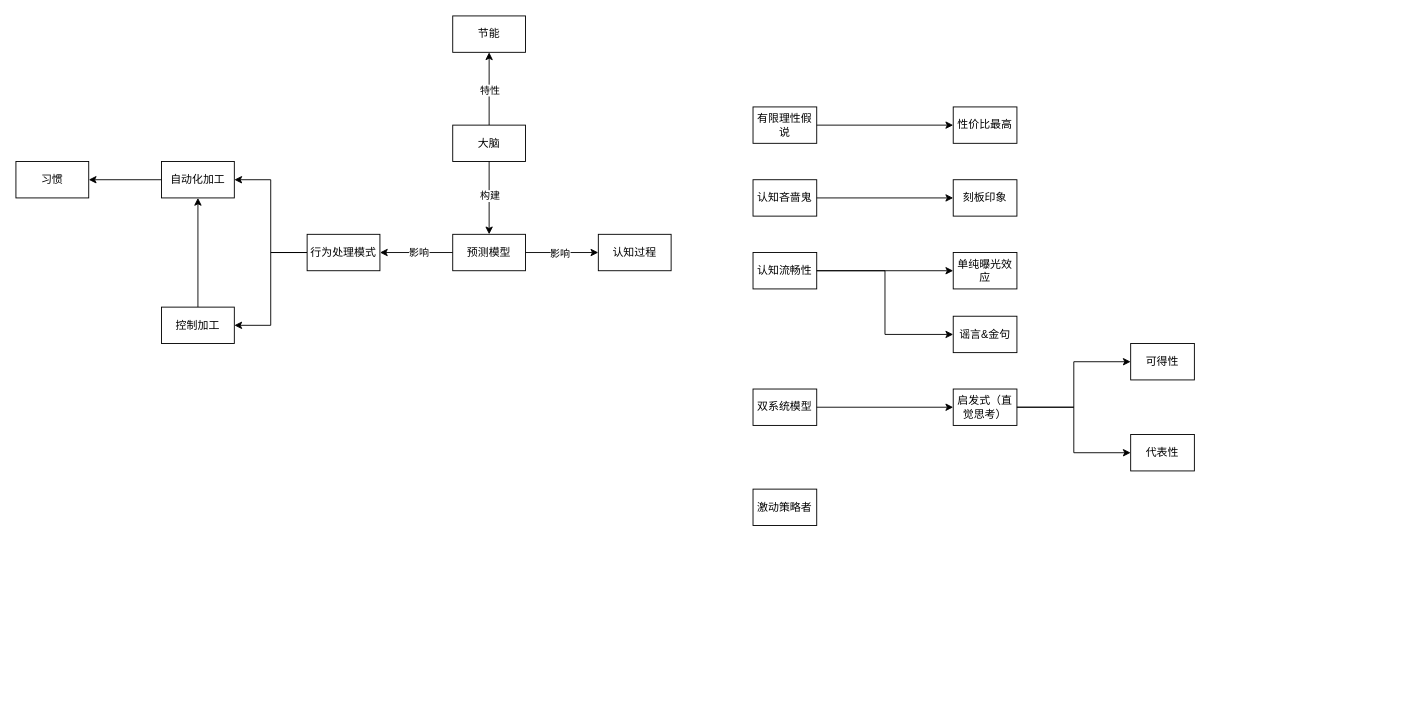
Above: 大脑原理-节能.drawio in youyusan/open_mind (draw.io), before the change. Source tidied: cells renumbered, new cells numbered last; positions are measured from the earlier drawing's top-left corner, leaving out a move shared by most shapes. Both pictures are drawn from the tidied source at 91%, with x=0, y=0 at pixel (15, 15).
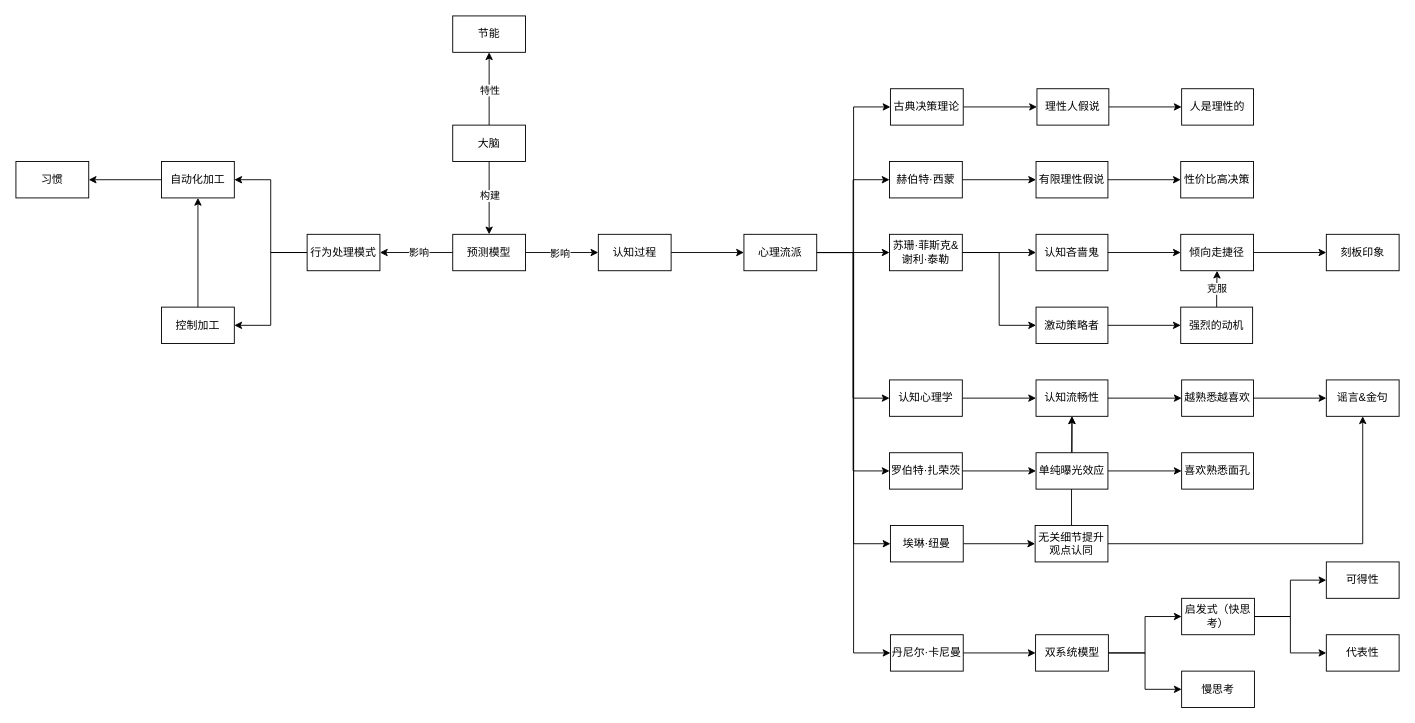
The same page after the edit.

Commit message:
更新大脑原理-节能.drawio

The change refers to these unchanged cells:
```xml
<mxCell id="21" value="认知过程" style="rounded=0;whiteSpace=wrap;html=1;" parent="1" vertex="1">
  <mxGeometry x="640" y="240" width="80" height="40" as="geometry" />
</mxCell>
```

The edit, as a diff of the source:
```diff
@@
+    <mxCell id="43" style="edgeStyle=orthogonalEdgeStyle;rounded=0;jettySize=auto;html=1;" parent="1" edge="1" source="80" target="30">
+      <mxGeometry relative="1" as="geometry" />
+    </mxCell>
@@
+    <mxCell id="44" style="edgeStyle=orthogonalEdgeStyle;rounded=0;jettySize=auto;html=1;" parent="1" edge="1" source="21" target="58">
+      <mxGeometry relative="1" as="geometry" />
+    </mxCell>
@@
     <mxCell id="24" value="有限理性假说" style="rounded=0;whiteSpace=wrap;html=1;" parent="1" vertex="1">
-      <mxGeometry x="810" y="100" width="70" height="40" as="geometry" />
+      <mxGeometry x="1121" y="160" width="79" height="40" as="geometry" />
     </mxCell>
     <mxCell id="25" value="认知吝啬鬼" style="rounded=0;whiteSpace=wrap;html=1;" parent="1" vertex="1">
-      <mxGeometry x="810" y="180" width="70" height="40" as="geometry" />
+      <mxGeometry x="1121" y="240" width="79" height="40" as="geometry" />
     </mxCell>
-    <mxCell id="26" value="性价比最高" style="rounded=0;whiteSpace=wrap;html=1;" parent="1" vertex="1">
-      <mxGeometry x="1030" y="100" width="70" height="40" as="geometry" />
+    <mxCell id="26" value="性价比高决策" style="rounded=0;whiteSpace=wrap;html=1;" parent="1" vertex="1">
+      <mxGeometry x="1280" y="160" width="80" height="40" as="geometry" />
     </mxCell>
@@
+    <mxCell id="45" style="edgeStyle=orthogonalEdgeStyle;rounded=0;jettySize=auto;html=1;" parent="1" edge="1" source="28" target="69">
+      <mxGeometry relative="1" as="geometry" />
+    </mxCell>
-    <mxCell id="28" value="刻板印象" style="rounded=0;whiteSpace=wrap;html=1;" parent="1" vertex="1">
-      <mxGeometry x="1030" y="180" width="70" height="40" as="geometry" />
+    <mxCell id="28" value="倾向走捷径" style="rounded=0;whiteSpace=wrap;html=1;" parent="1" vertex="1">
+      <mxGeometry x="1280" y="240" width="80" height="40" as="geometry" />
     </mxCell>
@@
+    <mxCell id="46" style="edgeStyle=orthogonalEdgeStyle;rounded=0;jettySize=auto;html=1;" parent="1" edge="1" source="30" target="73">
+      <mxGeometry relative="1" as="geometry" />
+    </mxCell>
     <mxCell id="30" value="认知流畅性" style="rounded=0;whiteSpace=wrap;html=1;" parent="1" vertex="1">
-      <mxGeometry x="810" y="260" width="70" height="40" as="geometry" />
+      <mxGeometry x="1121" y="400" width="79" height="40" as="geometry" />
     </mxCell>
+    <mxCell id="47" style="edgeStyle=orthogonalEdgeStyle;rounded=0;jettySize=auto;html=1;" parent="1" edge="1" source="31" target="30">
+      <mxGeometry relative="1" as="geometry" />
+    </mxCell>
+    <mxCell id="48" style="edgeStyle=orthogonalEdgeStyle;rounded=0;jettySize=auto;html=1;" parent="1" edge="1" source="31" target="76">
+      <mxGeometry relative="1" as="geometry" />
+    </mxCell>
     <mxCell id="31" value="单纯曝光效应" style="rounded=0;whiteSpace=wrap;html=1;" parent="1" vertex="1">
-      <mxGeometry x="1030" y="260" width="70" height="40" as="geometry" />
+      <mxGeometry x="1121" y="480" width="79" height="40" as="geometry" />
     </mxCell>
-    <mxCell id="32" style="edgeStyle=orthogonalEdgeStyle;rounded=0;jettySize=auto;html=1;" parent="1" edge="1" source="30" target="31">
-      <mxGeometry relative="1" as="geometry" />
-    </mxCell>
     <mxCell id="33" value="谣言&amp;amp;金句" style="rounded=0;whiteSpace=wrap;html=1;" parent="1" vertex="1">
-      <mxGeometry x="1030" y="330" width="70" height="40" as="geometry" />
+      <mxGeometry x="1440" y="400" width="80" height="40" as="geometry" />
     </mxCell>
-    <mxCell id="34" style="edgeStyle=orthogonalEdgeStyle;rounded=0;jettySize=auto;html=1;entryX=0;entryY=0.5;entryDx=0;entryDy=0;" parent="1" edge="1" source="30" target="33">
-      <mxGeometry relative="1" as="geometry" />
-    </mxCell>
+    <mxCell id="49" style="edgeStyle=orthogonalEdgeStyle;rounded=0;jettySize=auto;html=1;entryX=0;entryY=0.5;entryDx=0;entryDy=0;" parent="1" edge="1" source="35" target="83">
+      <mxGeometry relative="1" as="geometry" />
+    </mxCell>
     <mxCell id="35" value="双系统模型" style="rounded=0;whiteSpace=wrap;html=1;" parent="1" vertex="1">
-      <mxGeometry x="810" y="410" width="70" height="40" as="geometry" />
+      <mxGeometry x="1120.5" y="680" width="80" height="40" as="geometry" />
     </mxCell>
-    <mxCell id="36" value="启发式（直觉思考）" style="rounded=0;whiteSpace=wrap;html=1;" parent="1" vertex="1">
-      <mxGeometry x="1030" y="410" width="70" height="40" as="geometry" />
+    <mxCell id="36" value="启发式（快思考）" style="rounded=0;whiteSpace=wrap;html=1;" parent="1" vertex="1">
+      <mxGeometry x="1281" y="640" width="80" height="40" as="geometry" />
     </mxCell>
@@
     <mxCell id="38" value="可得性" style="rounded=0;whiteSpace=wrap;html=1;" parent="1" vertex="1">
-      <mxGeometry x="1225" y="360" width="70" height="40" as="geometry" />
+      <mxGeometry x="1440" y="600" width="80" height="40" as="geometry" />
     </mxCell>
@@
     <mxCell id="40" value="代表性" style="rounded=0;whiteSpace=wrap;html=1;" parent="1" vertex="1">
-      <mxGeometry x="1225" y="460" width="70" height="40" as="geometry" />
+      <mxGeometry x="1440" y="680" width="80" height="40" as="geometry" />
     </mxCell>
@@
+    <mxCell id="50" style="edgeStyle=orthogonalEdgeStyle;rounded=0;jettySize=auto;html=1;" parent="1" edge="1" source="42" target="85">
+      <mxGeometry relative="1" as="geometry" />
+    </mxCell>
     <mxCell id="42" value="激动策略者" style="rounded=0;whiteSpace=wrap;html=1;" parent="1" vertex="1">
-      <mxGeometry x="810" y="520" width="70" height="40" as="geometry" />
+      <mxGeometry x="1121" y="320" width="79" height="40" as="geometry" />
     </mxCell>
+    <mxCell id="51" style="edgeStyle=orthogonalEdgeStyle;rounded=0;jettySize=auto;html=1;entryX=0;entryY=0.5;entryDx=0;entryDy=0;" parent="1" edge="1" source="58" target="62">
+      <mxGeometry relative="1" as="geometry" />
+    </mxCell>
+    <mxCell id="52" style="edgeStyle=orthogonalEdgeStyle;rounded=0;jettySize=auto;html=1;entryX=0;entryY=0.5;entryDx=0;entryDy=0;" parent="1" edge="1" source="58" target="64">
+      <mxGeometry relative="1" as="geometry" />
+    </mxCell>
+    <mxCell id="53" style="edgeStyle=orthogonalEdgeStyle;rounded=0;jettySize=auto;html=1;entryX=0;entryY=0.5;entryDx=0;entryDy=0;" parent="1" edge="1" source="58" target="68">
+      <mxGeometry relative="1" as="geometry" />
+    </mxCell>
+    <mxCell id="54" style="edgeStyle=orthogonalEdgeStyle;rounded=0;jettySize=auto;html=1;entryX=0;entryY=0.5;entryDx=0;entryDy=0;" parent="1" edge="1" source="58" target="71">
+      <mxGeometry relative="1" as="geometry" />
+    </mxCell>
+    <mxCell id="55" style="edgeStyle=orthogonalEdgeStyle;rounded=0;jettySize=auto;html=1;entryX=0;entryY=0.5;entryDx=0;entryDy=0;" parent="1" edge="1" source="58" target="75">
+      <mxGeometry relative="1" as="geometry" />
+    </mxCell>
+    <mxCell id="56" style="edgeStyle=orthogonalEdgeStyle;rounded=0;jettySize=auto;html=1;entryX=0;entryY=0.5;entryDx=0;entryDy=0;" parent="1" edge="1" source="58" target="78">
+      <mxGeometry relative="1" as="geometry" />
+    </mxCell>
+    <mxCell id="57" style="edgeStyle=orthogonalEdgeStyle;rounded=0;jettySize=auto;html=1;entryX=0;entryY=0.5;entryDx=0;entryDy=0;" parent="1" edge="1" source="58" target="82">
+      <mxGeometry relative="1" as="geometry" />
+    </mxCell>
+    <mxCell id="58" value="心理流派" style="rounded=0;whiteSpace=wrap;html=1;" parent="1" vertex="1">
+      <mxGeometry x="800" y="240" width="80" height="40" as="geometry" />
+    </mxCell>
+    <mxCell id="59" style="edgeStyle=orthogonalEdgeStyle;rounded=0;jettySize=auto;html=1;" parent="1" edge="1" source="60" target="65">
+      <mxGeometry relative="1" as="geometry" />
+    </mxCell>
+    <mxCell id="60" value="理性人假说" style="rounded=0;whiteSpace=wrap;html=1;" parent="1" vertex="1">
+      <mxGeometry x="1122" y="80" width="79" height="40" as="geometry" />
+    </mxCell>
+    <mxCell id="61" style="edgeStyle=orthogonalEdgeStyle;rounded=0;jettySize=auto;html=1;" parent="1" edge="1" source="62" target="60">
+      <mxGeometry relative="1" as="geometry" />
+    </mxCell>
+    <mxCell id="62" value="古典决策理论" style="rounded=0;whiteSpace=wrap;html=1;" parent="1" vertex="1">
+      <mxGeometry x="961" y="80" width="80" height="40" as="geometry" />
+    </mxCell>
+    <mxCell id="63" style="edgeStyle=orthogonalEdgeStyle;rounded=0;jettySize=auto;html=1;" parent="1" edge="1" source="64" target="24">
+      <mxGeometry relative="1" as="geometry" />
+    </mxCell>
+    <mxCell id="64" value="赫伯特·西蒙" style="rounded=0;whiteSpace=wrap;html=1;" parent="1" vertex="1">
+      <mxGeometry x="960" y="160" width="80" height="40" as="geometry" />
+    </mxCell>
+    <mxCell id="65" value="人是理性的" style="rounded=0;whiteSpace=wrap;html=1;" parent="1" vertex="1">
+      <mxGeometry x="1281" y="80" width="79" height="40" as="geometry" />
+    </mxCell>
+    <mxCell id="66" style="edgeStyle=orthogonalEdgeStyle;rounded=0;jettySize=auto;html=1;" parent="1" edge="1" source="68" target="25">
+      <mxGeometry relative="1" as="geometry" />
+    </mxCell>
+    <mxCell id="67" style="edgeStyle=orthogonalEdgeStyle;rounded=0;jettySize=auto;html=1;entryX=0;entryY=0.5;entryDx=0;entryDy=0;" parent="1" edge="1" source="68" target="42">
+      <mxGeometry relative="1" as="geometry" />
+    </mxCell>
+    <mxCell id="68" value="苏珊·菲斯克&amp;amp;谢利·泰勒" style="rounded=0;whiteSpace=wrap;html=1;" parent="1" vertex="1">
+      <mxGeometry x="960" y="240" width="80" height="40" as="geometry" />
+    </mxCell>
+    <mxCell id="69" value="刻板印象" style="rounded=0;whiteSpace=wrap;html=1;" parent="1" vertex="1">
+      <mxGeometry x="1440" y="240" width="80" height="40" as="geometry" />
+    </mxCell>
+    <mxCell id="70" style="edgeStyle=orthogonalEdgeStyle;rounded=0;jettySize=auto;html=1;" parent="1" edge="1" source="71" target="30">
+      <mxGeometry relative="1" as="geometry" />
+    </mxCell>
+    <mxCell id="71" value="认知心理学" style="rounded=0;whiteSpace=wrap;html=1;" parent="1" vertex="1">
+      <mxGeometry x="960" y="400" width="80" height="40" as="geometry" />
+    </mxCell>
+    <mxCell id="72" style="edgeStyle=orthogonalEdgeStyle;rounded=0;jettySize=auto;html=1;" parent="1" edge="1" source="73" target="33">
+      <mxGeometry relative="1" as="geometry" />
+    </mxCell>
+    <mxCell id="73" value="越熟悉越喜欢" style="rounded=0;whiteSpace=wrap;html=1;" parent="1" vertex="1">
+      <mxGeometry x="1281" y="400" width="79" height="40" as="geometry" />
+    </mxCell>
+    <mxCell id="74" style="edgeStyle=orthogonalEdgeStyle;rounded=0;jettySize=auto;html=1;" parent="1" edge="1" source="75" target="31">
+      <mxGeometry relative="1" as="geometry" />
+    </mxCell>
+    <mxCell id="75" value="罗伯特·扎荣茨" style="rounded=0;whiteSpace=wrap;html=1;" parent="1" vertex="1">
+      <mxGeometry x="960" y="480" width="80" height="40" as="geometry" />
+    </mxCell>
+    <mxCell id="76" value="喜欢熟悉面孔" style="rounded=0;whiteSpace=wrap;html=1;" parent="1" vertex="1">
+      <mxGeometry x="1281" y="480" width="79" height="40" as="geometry" />
+    </mxCell>
+    <mxCell id="77" style="edgeStyle=orthogonalEdgeStyle;rounded=0;jettySize=auto;html=1;" parent="1" edge="1" source="78" target="80">
+      <mxGeometry relative="1" as="geometry" />
+    </mxCell>
+    <mxCell id="78" value="埃琳·纽曼" style="rounded=0;whiteSpace=wrap;html=1;" parent="1" vertex="1">
+      <mxGeometry x="961" y="560" width="80" height="40" as="geometry" />
+    </mxCell>
+    <mxCell id="79" style="edgeStyle=orthogonalEdgeStyle;rounded=0;jettySize=auto;html=1;" parent="1" edge="1" source="80" target="33">
+      <mxGeometry relative="1" as="geometry" />
+    </mxCell>
+    <mxCell id="80" value="无关细节提升观点认同" style="rounded=0;whiteSpace=wrap;html=1;" parent="1" vertex="1">
+      <mxGeometry x="1120" y="560" width="80" height="40" as="geometry" />
+    </mxCell>
+    <mxCell id="81" style="edgeStyle=orthogonalEdgeStyle;rounded=0;jettySize=auto;html=1;" parent="1" edge="1" source="82" target="35">
+      <mxGeometry relative="1" as="geometry" />
+    </mxCell>
+    <mxCell id="82" value="丹尼尔·卡尼曼" style="rounded=0;whiteSpace=wrap;html=1;" parent="1" vertex="1">
+      <mxGeometry x="961" y="680" width="80" height="40" as="geometry" />
+    </mxCell>
+    <mxCell id="83" value="慢思考" style="rounded=0;whiteSpace=wrap;html=1;" parent="1" vertex="1">
+      <mxGeometry x="1281" y="720" width="80" height="40" as="geometry" />
+    </mxCell>
+    <mxCell id="84" value="克服" style="edgeStyle=orthogonalEdgeStyle;rounded=0;jettySize=auto;html=1;" parent="1" edge="1" source="85" target="28">
+      <mxGeometry relative="1" as="geometry" />
+    </mxCell>
+    <mxCell id="85" value="强烈的动机" style="rounded=0;whiteSpace=wrap;html=1;" parent="1" vertex="1">
+      <mxGeometry x="1280" y="320" width="79" height="40" as="geometry" />
+    </mxCell>
```
